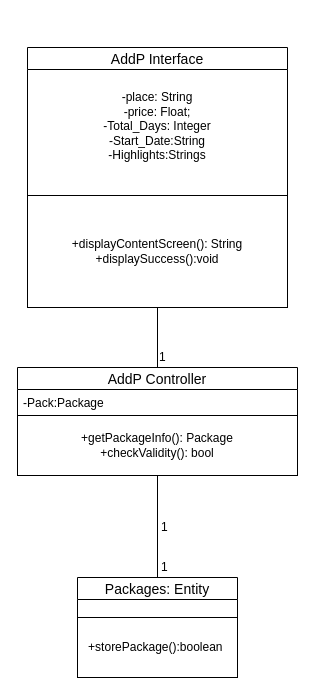
Earlier version of the draw.io diagram page "Add Package" (2 of 4) of Travel Managemet System/Search Packages Class Diagram.drawio (shreyzo/Travel-Management-System). Source tidied: cells renumbered, new cells numbered last; positions are measured from the earlier drawing's top-left corner, leaving out a move shared by most shapes. Both pictures are drawn from the tidied source at 100%, with x=0, y=0 at pixel (17, 47).
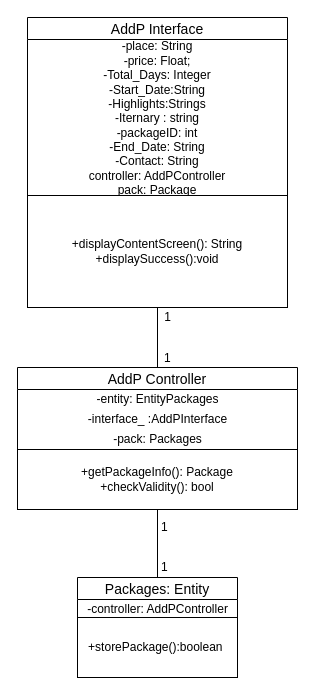
Above is the later version.

The edit, as a diff of the source:
```diff
@@
 <mxGraphModel>
   <root>
     <mxCell id="0" />
     <mxCell id="1" parent="0" />
     <mxCell id="2" value="AddP Interface" style="swimlane;fontStyle=0;horizontal=1;startSize=22;fillColor=none;swimlaneFillColor=#ffffff;align=center;fontSize=14;" parent="1" vertex="1">
-      <mxGeometry x="10" width="260" height="150" as="geometry" />
+      <mxGeometry x="10" y="-30" width="260" height="180" as="geometry" />
     </mxCell>
-    <mxCell id="3" value="-place: String&lt;br&gt;-price: Float;&lt;br&gt;-Total_Days: Integer&lt;br&gt;-Start_Date:String&lt;br&gt;-Highlights:Strings&lt;br&gt;&lt;br&gt;" style="text;html=1;strokeColor=none;fillColor=none;align=center;verticalAlign=middle;whiteSpace=wrap;rounded=0;" parent="2" vertex="1">
-      <mxGeometry y="22" width="260" height="128" as="geometry" />
+    <mxCell id="3" value="-place: String&lt;br&gt;-price: Float;&lt;br&gt;-Total_Days: Integer&lt;br&gt;-Start_Date:String&lt;br&gt;-Highlights:Strings&lt;br&gt;-Iternary : string&lt;br&gt;-packageID: int&lt;br&gt;-End_Date: String&lt;br&gt;-Contact: String&lt;br&gt;controller: AddPController&lt;br&gt;pack: Package&lt;br&gt;" style="text;html=1;strokeColor=none;fillColor=none;align=center;verticalAlign=middle;whiteSpace=wrap;rounded=0;" parent="2" vertex="1">
+      <mxGeometry y="22" width="260" height="158" as="geometry" />
     </mxCell>
     <mxCell id="4" value="AddP Controller" style="swimlane;fontStyle=0;horizontal=1;startSize=22;fillColor=none;swimlaneFillColor=#ffffff;align=center;fontSize=14;" parent="1" vertex="1">
-      <mxGeometry y="320" width="280" height="108" as="geometry" />
+      <mxGeometry y="320" width="280" height="142" as="geometry" />
     </mxCell>
-    <mxCell id="5" value="-Pack:Package" style="text;strokeColor=none;fillColor=none;spacingLeft=4;spacingRight=4;overflow=hidden;fontSize=12;" parent="4" vertex="1">
-      <mxGeometry y="22" width="280" height="26" as="geometry" />
-    </mxCell>
+    <mxCell id="15" value="-entity: EntityPackages" style="text;html=1;align=center;verticalAlign=middle;" parent="4" vertex="1">
+      <mxGeometry y="22" width="280" height="20" as="geometry" />
+    </mxCell>
+    <mxCell id="16" value="-interface_ :AddPInterface" style="text;html=1;align=center;verticalAlign=middle;" parent="4" vertex="1">
+      <mxGeometry y="42" width="280" height="20" as="geometry" />
+    </mxCell>
+    <mxCell id="17" value="-pack: Packages" style="text;html=1;align=center;verticalAlign=middle;" parent="4" vertex="1">
+      <mxGeometry y="62" width="280" height="20" as="geometry" />
+    </mxCell>
     <mxCell id="6" value="+getPackageInfo(): Package&lt;br&gt;+checkValidity(): bool" style="rounded=0;whiteSpace=wrap;html=1;" parent="4" vertex="1">
-      <mxGeometry y="48" width="280" height="60" as="geometry" />
+      <mxGeometry y="82" width="280" height="60" as="geometry" />
     </mxCell>
     <mxCell id="7" value="Packages: Entity" style="swimlane;fontStyle=0;horizontal=1;startSize=22;fillColor=none;swimlaneFillColor=#ffffff;align=center;fontSize=14;" parent="1" vertex="1">
-      <mxGeometry x="60" y="530" width="160" height="40" as="geometry" />
+      <mxGeometry x="60" y="530" width="160" height="42" as="geometry" />
     </mxCell>
+    <mxCell id="18" value="-controller: AddPController" style="text;html=1;align=center;verticalAlign=middle;" parent="7" vertex="1">
+      <mxGeometry y="22" width="160" height="20" as="geometry" />
+    </mxCell>
     <mxCell id="8" style="endArrow=none;html=1;exitX=0.5;exitY=0;exitDx=0;exitDy=0;entryX=0.5;entryY=1;entryDx=0;entryDy=0;" parent="1" edge="1" source="7" target="6">
       <mxGeometry relative="1" as="geometry" />
     </mxCell>
     <mxCell id="9" style="endArrow=none;html=1;exitX=0.5;exitY=0;exitDx=0;exitDy=0;entryX=0.5;entryY=1;entryDx=0;entryDy=0;" parent="1" edge="1" source="4" target="13">
       <mxGeometry relative="1" as="geometry" />
     </mxCell>
     <mxCell id="10" value="1" style="text;html=1;align=left;verticalAlign=top;spacingTop=-4;" parent="1" vertex="1">
-      <mxGeometry x="140" y="300" width="20" height="20" as="geometry" />
+      <mxGeometry x="145" y="301" width="20" height="20" as="geometry" />
     </mxCell>
     <mxCell id="11" value="1" style="text;html=1;align=left;verticalAlign=top;spacingTop=-4;" parent="1" vertex="1">
       <mxGeometry x="141.5" y="510" width="20" height="20" as="geometry" />
     </mxCell>
     <mxCell id="12" value="1" style="text;html=1;align=left;verticalAlign=top;spacingTop=-4;" parent="1" vertex="1">
       <mxGeometry x="141.5" y="470" width="20" height="20" as="geometry" />
     </mxCell>
     <mxCell id="13" value="+displayContentScreen(): String&lt;br&gt;+displaySuccess():void" style="rounded=0;whiteSpace=wrap;html=1;" parent="1" vertex="1">
       <mxGeometry x="10" y="148" width="260" height="112" as="geometry" />
     </mxCell>
     <mxCell id="14" value="+storePackage():boolean&amp;nbsp;" style="rounded=0;whiteSpace=wrap;html=1;" parent="1" vertex="1">
       <mxGeometry x="60" y="570" width="160" height="60" as="geometry" />
     </mxCell>
+    <mxCell id="19" value="1" style="text;html=1;align=center;verticalAlign=middle;" parent="1" vertex="1">
+      <mxGeometry x="140" y="260" width="20" height="20" as="geometry" />
+    </mxCell>
   </root>
 </mxGraphModel>
```
